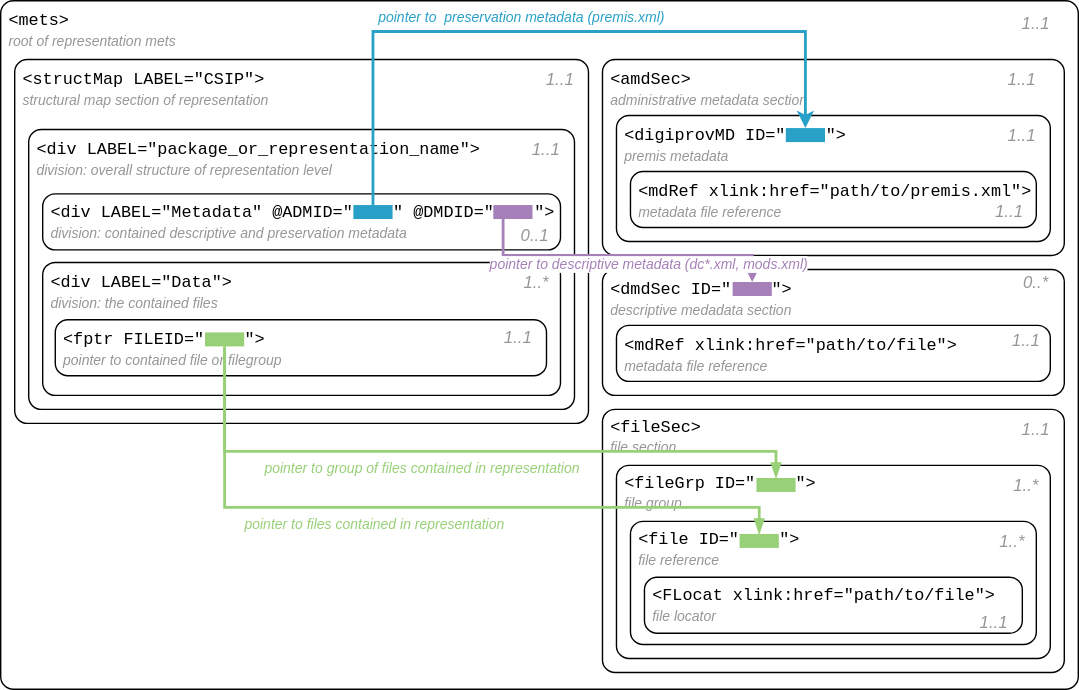
Above: assets/images_spec/sip-representation-pointers.svg in viaacode/documentation-jekyll (draw.io), before the change. Source tidied: cells renumbered, new cells last; positions are measured from the earlier drawing's top-left corner, leaving out a move shared by most shapes.
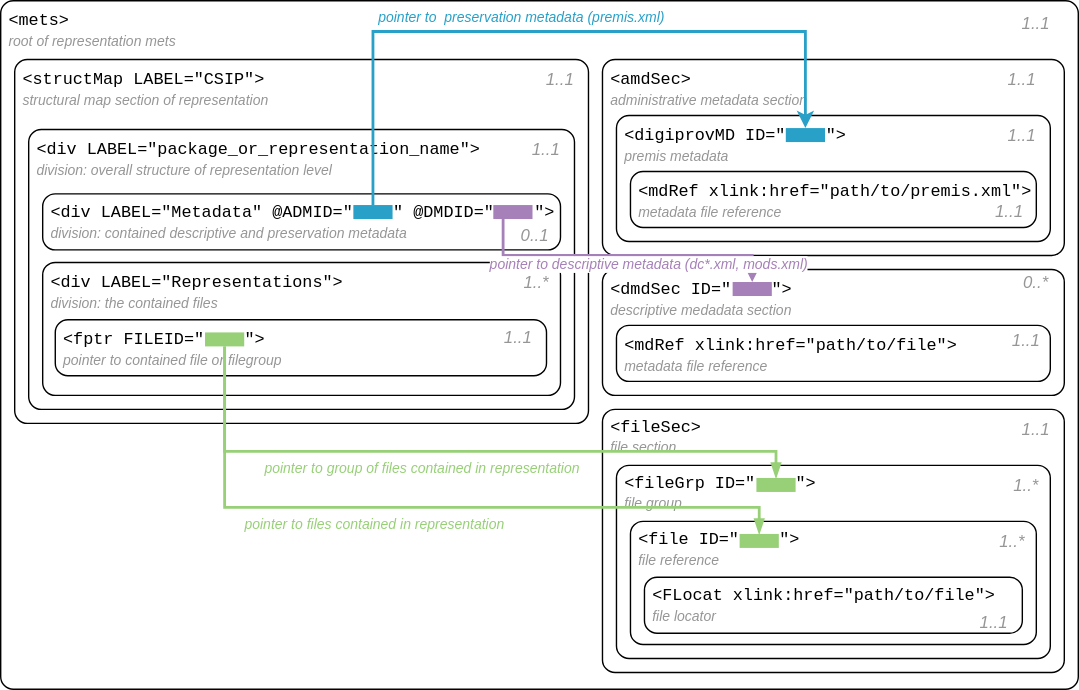
Later version of the same file.

Commit message:
Update rep diagram

Change to the diagram source:
```diff
@@ -38,7 +38,7 @@
     <mxCell id="13" value="&lt;div&gt;&lt;font face=&quot;Courier New&quot;&gt;&amp;lt;div &lt;span class=&quot;pl-e&quot;&gt;LABEL&lt;/span&gt;=&lt;span class=&quot;pl-s&quot;&gt;&lt;span class=&quot;pl-pds&quot;&gt;&quot;&lt;/span&gt;Metadata&lt;span class=&quot;pl-pds&quot;&gt;&quot; @ADMID=&quot;&amp;nbsp;&amp;nbsp;&amp;nbsp; &quot; @DMDID=&quot;&amp;nbsp;&amp;nbsp;&amp;nbsp; &quot;&lt;/span&gt;&lt;/span&gt;&amp;gt;&lt;/font&gt;&lt;/div&gt;&lt;div&gt;&lt;font size=&quot;1&quot; color=&quot;#969696&quot;&gt;&lt;i style=&quot;&quot;&gt;division: contained descriptive and preservation metadata&lt;/i&gt;&lt;/font&gt;&lt;br&gt;&lt;/div&gt;" style="rounded=1;whiteSpace=wrap;html=1;align=left;spacingLeft=4;arcSize=18;absoluteArcSize=1;" parent="1" vertex="1">
       <mxGeometry x="30" y="138" width="370" height="40" as="geometry" />
     </mxCell>
-    <mxCell id="14" value="&lt;font face=&quot;Courier New&quot;&gt;&amp;lt;div &lt;span class=&quot;pl-e&quot;&gt;LABEL&lt;/span&gt;=&lt;span class=&quot;pl-s&quot;&gt;&lt;span class=&quot;pl-pds&quot;&gt;&quot;Data&lt;/span&gt;&lt;span class=&quot;pl-pds&quot;&gt;&quot;&lt;/span&gt;&lt;/span&gt;&amp;gt;&lt;/font&gt;&lt;br&gt;&lt;font size=&quot;1&quot; color=&quot;#969696&quot;&gt;&lt;i style=&quot;&quot;&gt;division: the contained files&lt;/i&gt;&lt;/font&gt;" style="rounded=1;whiteSpace=wrap;html=1;verticalAlign=top;align=left;spacingLeft=4;arcSize=18;absoluteArcSize=1;" parent="1" vertex="1">
+    <mxCell id="14" value="&lt;font face=&quot;Courier New&quot;&gt;&amp;lt;div &lt;span class=&quot;pl-e&quot;&gt;LABEL&lt;/span&gt;=&lt;span class=&quot;pl-s&quot;&gt;&lt;span class=&quot;pl-pds&quot;&gt;&quot;Representations&lt;/span&gt;&lt;span class=&quot;pl-pds&quot;&gt;&quot;&lt;/span&gt;&lt;/span&gt;&amp;gt;&lt;/font&gt;&lt;br&gt;&lt;font size=&quot;1&quot; color=&quot;#969696&quot;&gt;&lt;i style=&quot;&quot;&gt;division: the contained files&lt;/i&gt;&lt;/font&gt;" style="rounded=1;whiteSpace=wrap;html=1;verticalAlign=top;align=left;spacingLeft=4;arcSize=18;absoluteArcSize=1;" parent="1" vertex="1">
       <mxGeometry x="30" y="187" width="370" height="95" as="geometry" />
     </mxCell>
     <mxCell id="15" value="&lt;div&gt;&lt;font face=&quot;Courier New&quot;&gt;&amp;lt;fptr FILEID=&quot;&amp;nbsp;&amp;nbsp;&amp;nbsp; &quot;&amp;gt;&lt;/font&gt;&lt;/div&gt;&lt;div&gt;&lt;font color=&quot;#969696&quot;&gt;&lt;i&gt;&lt;font style=&quot;font-size: 10px;&quot;&gt;pointer to &lt;/font&gt;&lt;/i&gt;&lt;/font&gt;&lt;font color=&quot;#969696&quot;&gt;&lt;i&gt;&lt;font style=&quot;font-size: 10px;&quot;&gt;contained&lt;/font&gt;&lt;/i&gt;&lt;/font&gt;&lt;font color=&quot;#969696&quot;&gt;&lt;i&gt;&lt;font style=&quot;font-size: 10px;&quot;&gt; file or filegroup&lt;/font&gt;&lt;/i&gt;&lt;/font&gt;&lt;font color=&quot;#969696&quot;&gt;&lt;i&gt;&lt;font style=&quot;font-size: 10px;&quot;&gt;&lt;br&gt;&lt;/font&gt;&lt;/i&gt;&lt;/font&gt;&lt;/div&gt;" style="rounded=1;whiteSpace=wrap;html=1;verticalAlign=top;align=left;spacingLeft=4;arcSize=18;absoluteArcSize=1;" parent="1" vertex="1">
```
